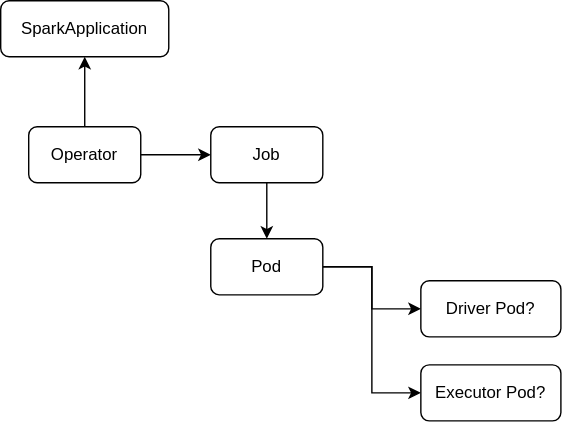
Above: docs/modules/spark-k8s/images/spark_overview.drawio.svg in stackabletech/spark-k8s-operator (draw.io), before the change. Source tidied: cells renumbered, new cells last; positions are measured from the earlier drawing's top-left corner, leaving out a move shared by most shapes.
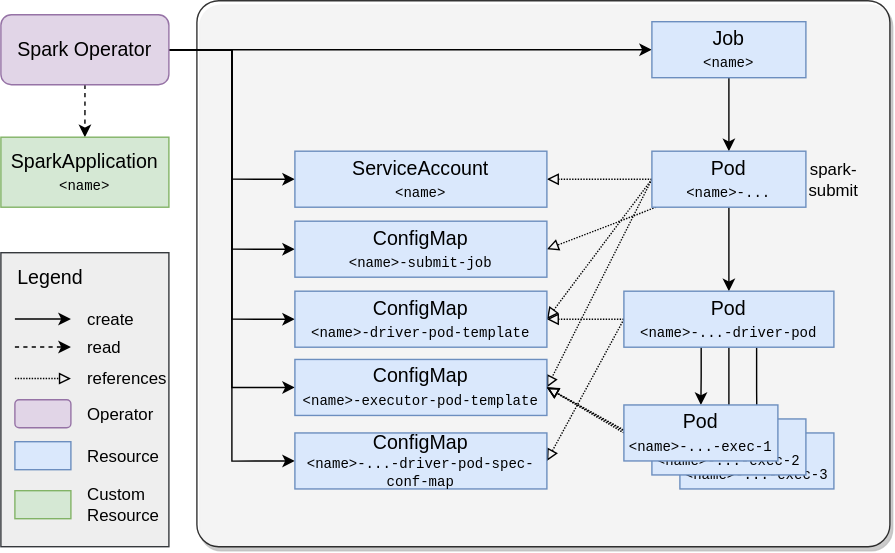
Later version of the same file.

The edit, as a diff of the source:
```diff
@@ -2,38 +2,164 @@
   <root>
     <mxCell id="0" />
     <mxCell id="1" parent="0" />
-    <mxCell id="2" style="edgeStyle=orthogonalEdgeStyle;rounded=0;jettySize=auto;html=1;entryX=0.5;entryY=1;entryDx=0;entryDy=0;" parent="1" edge="1" source="4" target="5">
-      <mxGeometry relative="1" as="geometry" />
-    </mxCell>
-    <mxCell id="3" style="edgeStyle=orthogonalEdgeStyle;rounded=0;jettySize=auto;html=1;entryX=0;entryY=0.5;entryDx=0;entryDy=0;" parent="1" edge="1" source="4" target="9">
-      <mxGeometry relative="1" as="geometry" />
-    </mxCell>
+    <mxCell id="13" style="rounded=1;whiteSpace=wrap;html=1;align=left;verticalAlign=top;glass=0;shadow=1;arcSize=4;opacity=80;" parent="1" vertex="1">
+      <mxGeometry x="100" y="-190" width="495" height="390" as="geometry" />
+    </mxCell>
+    <mxCell id="14" style="rounded=0;whiteSpace=wrap;html=1;fillColor=#eeeeee;strokeColor=#36393d;" parent="1" vertex="1">
+      <mxGeometry x="-40" y="-10" width="120" height="210" as="geometry" />
+    </mxCell>
+    <mxCell id="15" style="edgeStyle=orthogonalEdgeStyle;rounded=0;jettySize=auto;html=1;entryX=0.5;entryY=0;entryDx=0;entryDy=0;dashed=1;" parent="1" edge="1" source="22" target="23">
+      <mxGeometry relative="1" as="geometry" />
+    </mxCell>
+    <mxCell id="16" style="edgeStyle=orthogonalEdgeStyle;rounded=0;jettySize=auto;html=1;exitX=1;exitY=0.5;exitDx=0;exitDy=0;entryX=0;entryY=0.5;entryDx=0;entryDy=0;" parent="1" edge="1" source="22" target="52">
+      <mxGeometry relative="1" as="geometry" />
+    </mxCell>
+    <mxCell id="17" style="edgeStyle=orthogonalEdgeStyle;rounded=0;jettySize=auto;html=1;exitX=1;exitY=0.5;exitDx=0;exitDy=0;entryX=0;entryY=0.5;entryDx=0;entryDy=0;" parent="1" edge="1" source="22" target="50">
+      <mxGeometry relative="1" as="geometry" />
+    </mxCell>
+    <mxCell id="18" style="edgeStyle=orthogonalEdgeStyle;rounded=0;jettySize=auto;html=1;exitX=1;exitY=0.5;exitDx=0;exitDy=0;entryX=0;entryY=0.5;entryDx=0;entryDy=0;" parent="1" edge="1" source="22" target="51">
+      <mxGeometry relative="1" as="geometry" />
+    </mxCell>
+    <mxCell id="19" style="edgeStyle=orthogonalEdgeStyle;rounded=0;jettySize=auto;html=1;exitX=1;exitY=0.5;exitDx=0;exitDy=0;entryX=0;entryY=0.5;entryDx=0;entryDy=0;" parent="1" edge="1" source="22" target="53">
+      <mxGeometry relative="1" as="geometry" />
+    </mxCell>
+    <mxCell id="20" style="edgeStyle=orthogonalEdgeStyle;rounded=0;jettySize=auto;html=1;exitX=1;exitY=0.5;exitDx=0;exitDy=0;entryX=0;entryY=0.5;entryDx=0;entryDy=0;" parent="1" edge="1" source="22" target="61">
+      <mxGeometry relative="1" as="geometry" />
+    </mxCell>
+    <mxCell id="21" style="edgeStyle=orthogonalEdgeStyle;rounded=0;jettySize=auto;html=1;exitX=1;exitY=0.5;exitDx=0;exitDy=0;entryX=0;entryY=0.5;entryDx=0;entryDy=0;" parent="1" edge="1" source="22" target="37">
+      <mxGeometry relative="1" as="geometry" />
+    </mxCell>
+    <mxCell id="22" value="Spark Operator" style="rounded=1;whiteSpace=wrap;html=1;fillColor=#e1d5e7;strokeColor=#9673a6;glass=0;sketch=0;shadow=0;fontSize=14;" parent="1" vertex="1">
+      <mxGeometry x="-40" y="-180" width="120" height="50" as="geometry" />
+    </mxCell>
+    <mxCell id="23" value="&lt;span style=&quot;background-color: initial;&quot;&gt;SparkApplication&lt;br&gt;&lt;/span&gt;&lt;span style=&quot;font-size: 10px; font-family: &amp;quot;Courier New&amp;quot;; background-color: initial;&quot;&gt;&amp;lt;name&amp;gt;&lt;/span&gt;" style="rounded=0;whiteSpace=wrap;html=1;fillColor=#d5e8d4;strokeColor=#82b366;fontSize=14;" parent="1" vertex="1">
+      <mxGeometry x="-40" y="-92.5" width="120" height="50" as="geometry" />
+    </mxCell>
+    <mxCell id="24" style="endArrow=classic;html=1;rounded=0;" parent="1" edge="1">
+      <mxGeometry relative="1" as="geometry">
+        <mxPoint x="-30" y="37.4" as="sourcePoint" />
+        <mxPoint x="10" y="37.4" as="targetPoint" />
+      </mxGeometry>
+    </mxCell>
+    <mxCell id="25" style="endArrow=classic;html=1;rounded=0;dashed=1;" parent="1" edge="1">
+      <mxGeometry relative="1" as="geometry">
+        <mxPoint x="-30" y="57.4" as="sourcePoint" />
+        <mxPoint x="10" y="57.4" as="targetPoint" />
+      </mxGeometry>
+    </mxCell>
+    <mxCell id="26" value="create" style="text;html=1;align=left;verticalAlign=middle;strokeColor=none;fillColor=none;" parent="1" vertex="1">
+      <mxGeometry x="20" y="22.5" width="60" height="30" as="geometry" />
+    </mxCell>
+    <mxCell id="27" value="read" style="text;html=1;align=left;verticalAlign=middle;strokeColor=none;fillColor=none;" parent="1" vertex="1">
+      <mxGeometry x="20" y="42.5" width="50" height="30" as="geometry" />
+    </mxCell>
+    <mxCell id="28" value="&lt;font style=&quot;font-size: 14px;&quot;&gt;Legend&lt;/font&gt;" style="text;html=1;align=center;verticalAlign=middle;strokeColor=none;fillColor=none;" parent="1" vertex="1">
+      <mxGeometry x="-40" y="-7.5" width="70" height="30" as="geometry" />
+    </mxCell>
+    <mxCell id="29" style="rounded=1;whiteSpace=wrap;html=1;shadow=0;glass=0;sketch=0;fontSize=14;fillColor=#e1d5e7;strokeColor=#9673a6;" parent="1" vertex="1">
+      <mxGeometry x="-30" y="95" width="40" height="20" as="geometry" />
+    </mxCell>
-    <mxCell id="4" value="Operator" style="rounded=1;whiteSpace=wrap;html=1;" parent="1" vertex="1">
-      <mxGeometry x="20" y="90" width="80" height="40" as="geometry" />
+    <mxCell id="4" value="&lt;font style=&quot;font-size: 12px;&quot;&gt;Operator&lt;/font&gt;" style="text;html=1;align=left;verticalAlign=middle;points=[];strokeColor=none;fillColor=none;fontSize=14;" parent="1" vertex="1">
+      <mxGeometry x="20" y="90" width="70" height="30" as="geometry" />
     </mxCell>
-    <mxCell id="5" value="SparkApplication" style="rounded=1;whiteSpace=wrap;html=1;" parent="1" vertex="1">
-      <mxGeometry width="120" height="40" as="geometry" />
-    </mxCell>
-    <mxCell id="6" style="edgeStyle=orthogonalEdgeStyle;rounded=0;jettySize=auto;html=1;entryX=0;entryY=0.5;entryDx=0;entryDy=0;exitX=1;exitY=0.5;exitDx=0;exitDy=0;" parent="1" edge="1" source="12" target="10">
-      <mxGeometry relative="1" as="geometry" />
-    </mxCell>
-    <mxCell id="7" style="edgeStyle=orthogonalEdgeStyle;rounded=0;jettySize=auto;html=1;exitX=1;exitY=0.5;exitDx=0;exitDy=0;entryX=0;entryY=0.5;entryDx=0;entryDy=0;" parent="1" edge="1" source="12" target="11">
-      <mxGeometry relative="1" as="geometry" />
-    </mxCell>
-    <mxCell id="8" style="edgeStyle=orthogonalEdgeStyle;rounded=0;jettySize=auto;html=1;entryX=0.5;entryY=0;entryDx=0;entryDy=0;" parent="1" edge="1" source="9" target="12">
-      <mxGeometry relative="1" as="geometry" />
-    </mxCell>
-    <mxCell id="9" value="Job" style="rounded=1;whiteSpace=wrap;html=1;" parent="1" vertex="1">
-      <mxGeometry x="150" y="90" width="80" height="40" as="geometry" />
-    </mxCell>
-    <mxCell id="10" value="Driver Pod?" style="rounded=1;whiteSpace=wrap;html=1;" parent="1" vertex="1">
-      <mxGeometry x="300" y="200" width="100" height="40" as="geometry" />
-    </mxCell>
-    <mxCell id="11" value="Executor Pod?" style="rounded=1;whiteSpace=wrap;html=1;" parent="1" vertex="1">
-      <mxGeometry x="300" y="260" width="100" height="40" as="geometry" />
-    </mxCell>
-    <mxCell id="12" value="&lt;div&gt;Pod&lt;/div&gt;" style="rounded=1;whiteSpace=wrap;html=1;" parent="1" vertex="1">
-      <mxGeometry x="150" y="170" width="80" height="40" as="geometry" />
-    </mxCell>
+    <mxCell id="30" style="rounded=0;whiteSpace=wrap;html=1;shadow=0;glass=0;sketch=0;fontSize=14;fillColor=#dae8fc;strokeColor=#6c8ebf;" parent="1" vertex="1">
+      <mxGeometry x="-30" y="125" width="40" height="20" as="geometry" />
+    </mxCell>
+    <mxCell id="31" value="&lt;font style=&quot;font-size: 12px;&quot;&gt;Resource&lt;/font&gt;" style="text;html=1;align=left;verticalAlign=middle;strokeColor=none;fillColor=none;fontSize=14;" parent="1" vertex="1">
+      <mxGeometry x="20" y="120" width="70" height="30" as="geometry" />
+    </mxCell>
+    <mxCell id="32" style="rounded=0;whiteSpace=wrap;html=1;shadow=0;glass=0;sketch=0;fontSize=14;fillColor=#d5e8d4;strokeColor=#82b366;" parent="1" vertex="1">
+      <mxGeometry x="-30" y="160" width="40" height="20" as="geometry" />
+    </mxCell>
+    <mxCell id="33" value="&lt;div style=&quot;font-size: 12px;&quot;&gt;&lt;font style=&quot;font-size: 12px;&quot;&gt;Custom&lt;/font&gt;&lt;/div&gt;&lt;div style=&quot;font-size: 12px;&quot;&gt;&lt;font style=&quot;font-size: 12px;&quot;&gt;Resource&lt;br&gt;&lt;/font&gt;&lt;/div&gt;" style="text;html=1;align=left;verticalAlign=middle;strokeColor=none;fillColor=none;fontSize=14;" parent="1" vertex="1">
+      <mxGeometry x="20" y="150" width="70" height="40" as="geometry" />
+    </mxCell>
+    <mxCell id="34" value="references" style="text;html=1;align=left;verticalAlign=middle;strokeColor=none;fillColor=none;" parent="1" vertex="1">
+      <mxGeometry x="20" y="65" width="80" height="30" as="geometry" />
+    </mxCell>
+    <mxCell id="35" style="endArrow=block;html=1;rounded=0;endFill=0;dashed=1;dashPattern=1 1;" parent="1" edge="1">
+      <mxGeometry relative="1" as="geometry">
+        <mxPoint x="-30" y="79.9" as="sourcePoint" />
+        <mxPoint x="10" y="79.9" as="targetPoint" />
+      </mxGeometry>
+    </mxCell>
+    <mxCell id="36" style="edgeStyle=orthogonalEdgeStyle;rounded=0;jettySize=auto;html=1;exitX=0.5;exitY=1;exitDx=0;exitDy=0;entryX=0.5;entryY=0;entryDx=0;entryDy=0;" parent="1" edge="1" source="37" target="43">
+      <mxGeometry relative="1" as="geometry" />
+    </mxCell>
+    <mxCell id="37" value="Job&lt;br&gt;&lt;div&gt;&lt;font face=&quot;Courier New&quot; style=&quot;font-size: 10px;&quot;&gt;&amp;lt;name&amp;gt;&lt;/font&gt;&lt;/div&gt;" style="rounded=0;whiteSpace=wrap;html=1;fillColor=#dae8fc;strokeColor=#6c8ebf;fontSize=14;" parent="1" vertex="1">
+      <mxGeometry x="425" y="-175" width="110" height="40" as="geometry" />
+    </mxCell>
+    <mxCell id="38" style="rounded=0;jettySize=auto;html=1;entryX=0.5;entryY=0;entryDx=0;entryDy=0;" parent="1" edge="1" source="43" target="49">
+      <mxGeometry relative="1" as="geometry" />
+    </mxCell>
+    <mxCell id="39" style="rounded=0;jettySize=auto;html=1;entryX=1;entryY=0.5;entryDx=0;entryDy=0;dashed=1;dashPattern=1 1;endArrow=block;endFill=0;" parent="1" edge="1" source="43" target="52">
+      <mxGeometry relative="1" as="geometry" />
+    </mxCell>
+    <mxCell id="40" style="rounded=0;jettySize=auto;html=1;exitX=0;exitY=0.5;exitDx=0;exitDy=0;entryX=1;entryY=0.5;entryDx=0;entryDy=0;dashed=1;dashPattern=1 1;endArrow=block;endFill=0;" parent="1" edge="1" source="43" target="50">
+      <mxGeometry relative="1" as="geometry" />
+    </mxCell>
+    <mxCell id="41" style="rounded=0;jettySize=auto;html=1;exitX=0;exitY=0.5;exitDx=0;exitDy=0;entryX=1;entryY=0.5;entryDx=0;entryDy=0;dashed=1;dashPattern=1 1;endArrow=block;endFill=0;" parent="1" edge="1" source="43" target="51">
+      <mxGeometry relative="1" as="geometry" />
+    </mxCell>
+    <mxCell id="42" style="rounded=0;jettySize=auto;html=1;exitX=0;exitY=0.5;exitDx=0;exitDy=0;entryX=1;entryY=0.5;entryDx=0;entryDy=0;endArrow=block;endFill=0;dashed=1;dashPattern=1 1;" parent="1" edge="1" source="43" target="61">
+      <mxGeometry relative="1" as="geometry" />
+    </mxCell>
+    <mxCell id="43" value="Pod&lt;br&gt;&lt;div&gt;&lt;font face=&quot;Courier New&quot; style=&quot;font-size: 10px;&quot;&gt;&amp;lt;name&amp;gt;-...&lt;/font&gt;&lt;/div&gt;" style="rounded=0;whiteSpace=wrap;html=1;fillColor=#dae8fc;strokeColor=#6c8ebf;fontSize=14;" parent="1" vertex="1">
+      <mxGeometry x="425" y="-82.5" width="110" height="40" as="geometry" />
+    </mxCell>
+    <mxCell id="44" style="edgeStyle=orthogonalEdgeStyle;rounded=0;jettySize=auto;html=1;exitX=0.368;exitY=0.985;exitDx=0;exitDy=0;entryX=0.5;entryY=0;entryDx=0;entryDy=0;exitPerimeter=0;" parent="1" edge="1" source="49" target="59">
+      <mxGeometry relative="1" as="geometry" />
+    </mxCell>
+    <mxCell id="45" style="edgeStyle=orthogonalEdgeStyle;rounded=0;jettySize=auto;html=1;exitX=0.5;exitY=1;exitDx=0;exitDy=0;" parent="1" edge="1" source="49" target="57">
+      <mxGeometry relative="1" as="geometry" />
+    </mxCell>
+    <mxCell id="46" style="edgeStyle=orthogonalEdgeStyle;rounded=0;jettySize=auto;html=1;exitX=0.632;exitY=1.005;exitDx=0;exitDy=0;exitPerimeter=0;" parent="1" edge="1" source="49" target="55">
+      <mxGeometry relative="1" as="geometry" />
+    </mxCell>
+    <mxCell id="47" style="rounded=0;jettySize=auto;html=1;exitX=0;exitY=0.5;exitDx=0;exitDy=0;entryX=1;entryY=0.5;entryDx=0;entryDy=0;dashed=1;dashPattern=1 1;endArrow=block;endFill=0;" parent="1" edge="1" source="49" target="50">
+      <mxGeometry relative="1" as="geometry" />
+    </mxCell>
+    <mxCell id="48" style="rounded=0;jettySize=auto;html=1;exitX=0;exitY=0.5;exitDx=0;exitDy=0;entryX=1;entryY=0.5;entryDx=0;entryDy=0;endArrow=block;endFill=0;dashed=1;dashPattern=1 1;" parent="1" edge="1" source="49" target="53">
+      <mxGeometry relative="1" as="geometry" />
+    </mxCell>
+    <mxCell id="49" value="Pod&lt;br&gt;&lt;div&gt;&lt;font face=&quot;Courier New&quot; style=&quot;font-size: 10px;&quot;&gt;&amp;lt;name&amp;gt;-...-driver-pod&lt;/font&gt;&lt;/div&gt;" style="rounded=0;whiteSpace=wrap;html=1;fillColor=#dae8fc;strokeColor=#6c8ebf;fontSize=14;" parent="1" vertex="1">
+      <mxGeometry x="405" y="17.5" width="150" height="40" as="geometry" />
+    </mxCell>
+    <mxCell id="50" value="ConfigMap&lt;br&gt;&lt;div&gt;&lt;font face=&quot;Courier New&quot; style=&quot;font-size: 10px;&quot;&gt;&amp;lt;name&amp;gt;-driver-pod-template&lt;/font&gt;&lt;/div&gt;" style="rounded=0;whiteSpace=wrap;html=1;fillColor=#dae8fc;strokeColor=#6c8ebf;fontSize=14;" parent="1" vertex="1">
+      <mxGeometry x="170" y="17.5" width="180" height="40" as="geometry" />
+    </mxCell>
+    <mxCell id="51" value="ConfigMap&lt;br&gt;&lt;div&gt;&lt;font face=&quot;Courier New&quot; style=&quot;font-size: 10px;&quot;&gt;&amp;lt;name&amp;gt;-executor-pod-template&lt;/font&gt;&lt;/div&gt;" style="rounded=0;whiteSpace=wrap;html=1;fillColor=#dae8fc;strokeColor=#6c8ebf;fontSize=14;" parent="1" vertex="1">
+      <mxGeometry x="170" y="66.2" width="180" height="40" as="geometry" />
+    </mxCell>
+    <mxCell id="52" value="ConfigMap&lt;br&gt;&lt;div&gt;&lt;font face=&quot;Courier New&quot; style=&quot;font-size: 10px;&quot;&gt;&amp;lt;name&amp;gt;-submit-job&lt;/font&gt;&lt;/div&gt;" style="rounded=0;whiteSpace=wrap;html=1;fillColor=#dae8fc;strokeColor=#6c8ebf;fontSize=14;" parent="1" vertex="1">
+      <mxGeometry x="170" y="-32.5" width="180" height="40" as="geometry" />
+    </mxCell>
+    <mxCell id="53" value="ConfigMap&lt;br&gt;&lt;div style=&quot;font-size: 10px;&quot;&gt;&lt;font face=&quot;Courier New&quot; style=&quot;font-size: 10px;&quot;&gt;&amp;lt;name&amp;gt;-...-driver-pod-spec-conf-map&lt;/font&gt;&lt;/div&gt;" style="rounded=0;whiteSpace=wrap;html=1;fillColor=#dae8fc;strokeColor=#6c8ebf;fontSize=14;" parent="1" vertex="1">
+      <mxGeometry x="170" y="118.8" width="180" height="40" as="geometry" />
+    </mxCell>
+    <mxCell id="54" style="rounded=0;jettySize=auto;html=1;exitX=0;exitY=0.5;exitDx=0;exitDy=0;entryX=1;entryY=0.5;entryDx=0;entryDy=0;dashed=1;dashPattern=1 1;endArrow=block;endFill=0;" parent="1" edge="1" source="55" target="51">
+      <mxGeometry relative="1" as="geometry" />
+    </mxCell>
+    <mxCell id="55" value="Pod&lt;br&gt;&lt;div&gt;&lt;font face=&quot;Courier New&quot; style=&quot;font-size: 10px;&quot;&gt;&amp;lt;name&amp;gt;-...-exec-3&lt;/font&gt;&lt;/div&gt;" style="rounded=0;whiteSpace=wrap;html=1;fillColor=#dae8fc;strokeColor=#6c8ebf;fontSize=14;" parent="1" vertex="1">
+      <mxGeometry x="445" y="118.8" width="110" height="40" as="geometry" />
+    </mxCell>
+    <mxCell id="56" style="rounded=0;jettySize=auto;html=1;exitX=0;exitY=0.5;exitDx=0;exitDy=0;entryX=1;entryY=0.5;entryDx=0;entryDy=0;endArrow=block;endFill=0;dashed=1;dashPattern=1 1;" parent="1" edge="1" source="57" target="51">
+      <mxGeometry relative="1" as="geometry" />
+    </mxCell>
+    <mxCell id="57" value="Pod&lt;br&gt;&lt;div&gt;&lt;font face=&quot;Courier New&quot; style=&quot;font-size: 10px;&quot;&gt;&amp;lt;name&amp;gt;-...-exec-2&lt;/font&gt;&lt;/div&gt;" style="rounded=0;whiteSpace=wrap;html=1;fillColor=#dae8fc;strokeColor=#6c8ebf;fontSize=14;" parent="1" vertex="1">
+      <mxGeometry x="425" y="108.8" width="110" height="40" as="geometry" />
+    </mxCell>
+    <mxCell id="58" style="rounded=0;jettySize=auto;html=1;exitX=0;exitY=0.5;exitDx=0;exitDy=0;entryX=1;entryY=0.5;entryDx=0;entryDy=0;dashed=1;dashPattern=1 1;endArrow=block;endFill=0;" parent="1" edge="1" source="59" target="51">
+      <mxGeometry relative="1" as="geometry" />
+    </mxCell>
+    <mxCell id="59" value="Pod&lt;br&gt;&lt;div&gt;&lt;font face=&quot;Courier New&quot; style=&quot;font-size: 10px;&quot;&gt;&amp;lt;name&amp;gt;-...-exec-1&lt;/font&gt;&lt;/div&gt;" style="rounded=0;whiteSpace=wrap;html=1;fillColor=#dae8fc;strokeColor=#6c8ebf;fontSize=14;" parent="1" vertex="1">
+      <mxGeometry x="405" y="98.8" width="110" height="40" as="geometry" />
+    </mxCell>
+    <mxCell id="60" value="spark-&lt;br&gt;submit" style="text;html=1;strokeColor=none;fillColor=none;align=center;verticalAlign=middle;whiteSpace=wrap;rounded=0;" parent="1" vertex="1">
+      <mxGeometry x="515" y="-77.5" width="80" height="30" as="geometry" />
+    </mxCell>
+    <mxCell id="61" value="ServiceAccount&lt;br&gt;&lt;div&gt;&lt;font face=&quot;Courier New&quot; style=&quot;font-size: 10px;&quot;&gt;&amp;lt;name&amp;gt;&lt;/font&gt;&lt;/div&gt;" style="rounded=0;whiteSpace=wrap;html=1;fillColor=#dae8fc;strokeColor=#6c8ebf;fontSize=14;" parent="1" vertex="1">
+      <mxGeometry x="170" y="-82.5" width="180" height="40" as="geometry" />
+    </mxCell>
   </root>
 </mxGraphModel>
```
